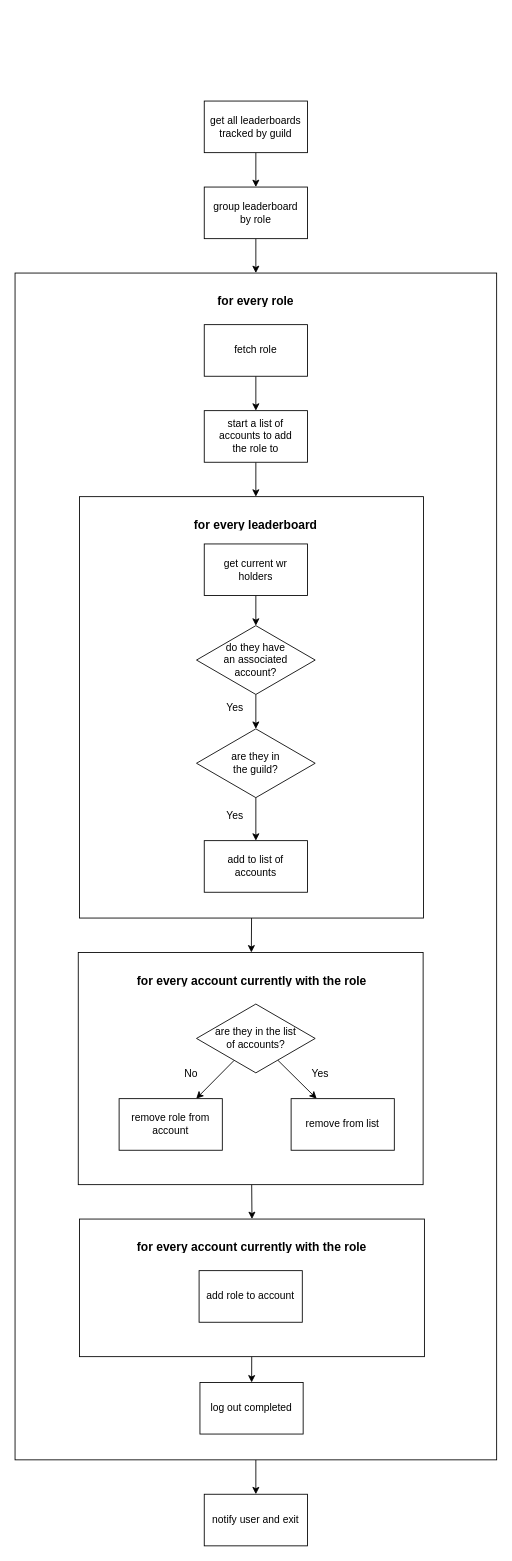
Earlier version of the draw.io diagram src/discord/commands/update.drawio (mitchell-merry/src-wrs-bot-v2). Source tidied: cells renumbered, new cells numbered last; positions are measured from the earlier drawing's top-left corner, leaving out a move shared by most shapes. Both pictures are drawn from the tidied source at 86%, with x=0, y=0 at pixel (15, 101).
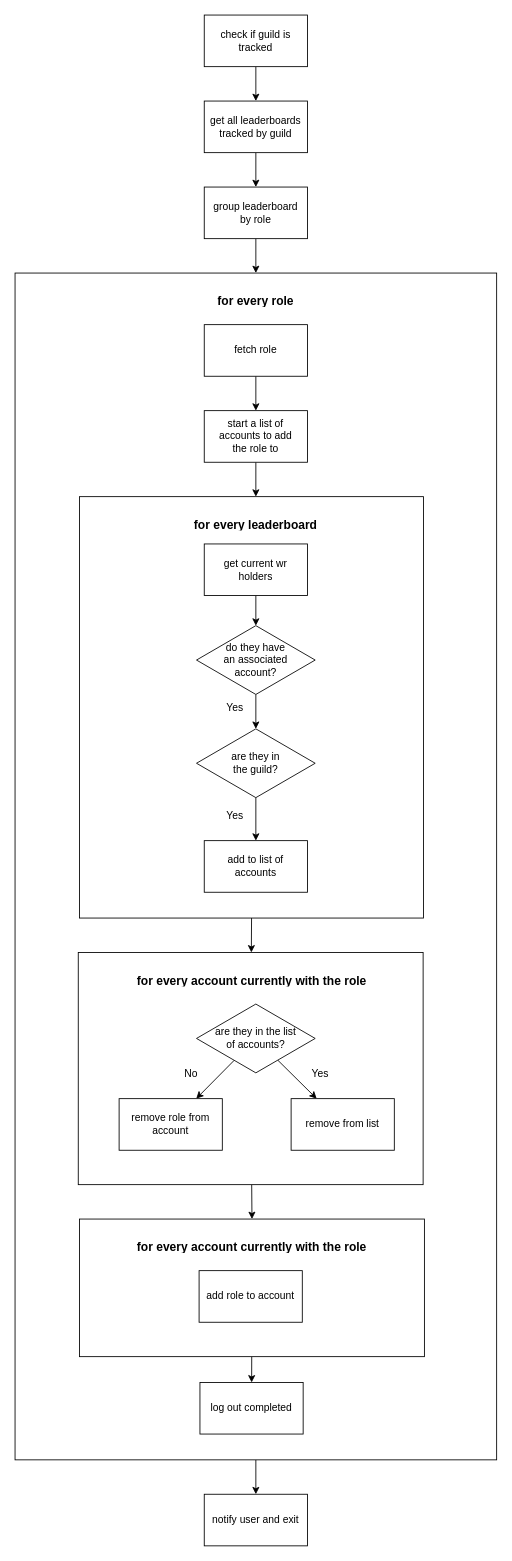
Above is the later version.

Commit message:
Add validation step to update flowchart

The change refers to these unchanged cells:
```xml
<mxCell id="6" value="get all leaderboards tracked by guild" style="rounded=0;whiteSpace=wrap;html=1;" parent="1" vertex="1">
  <mxGeometry x="220" width="120" height="60" as="geometry" />
</mxCell>
```

Diff of the diagram source:
```diff
@@
+    <mxCell id="41" style="edgeStyle=none;html=1;entryX=0.5;entryY=0;entryDx=0;entryDy=0;" parent="1" edge="1" source="42" target="6">
+      <mxGeometry relative="1" as="geometry" />
+    </mxCell>
+    <mxCell id="42" value="check if guild is tracked" style="rounded=0;whiteSpace=wrap;html=1;" parent="1" vertex="1">
+      <mxGeometry x="220" y="-100" width="120" height="60" as="geometry" />
+    </mxCell>
```
